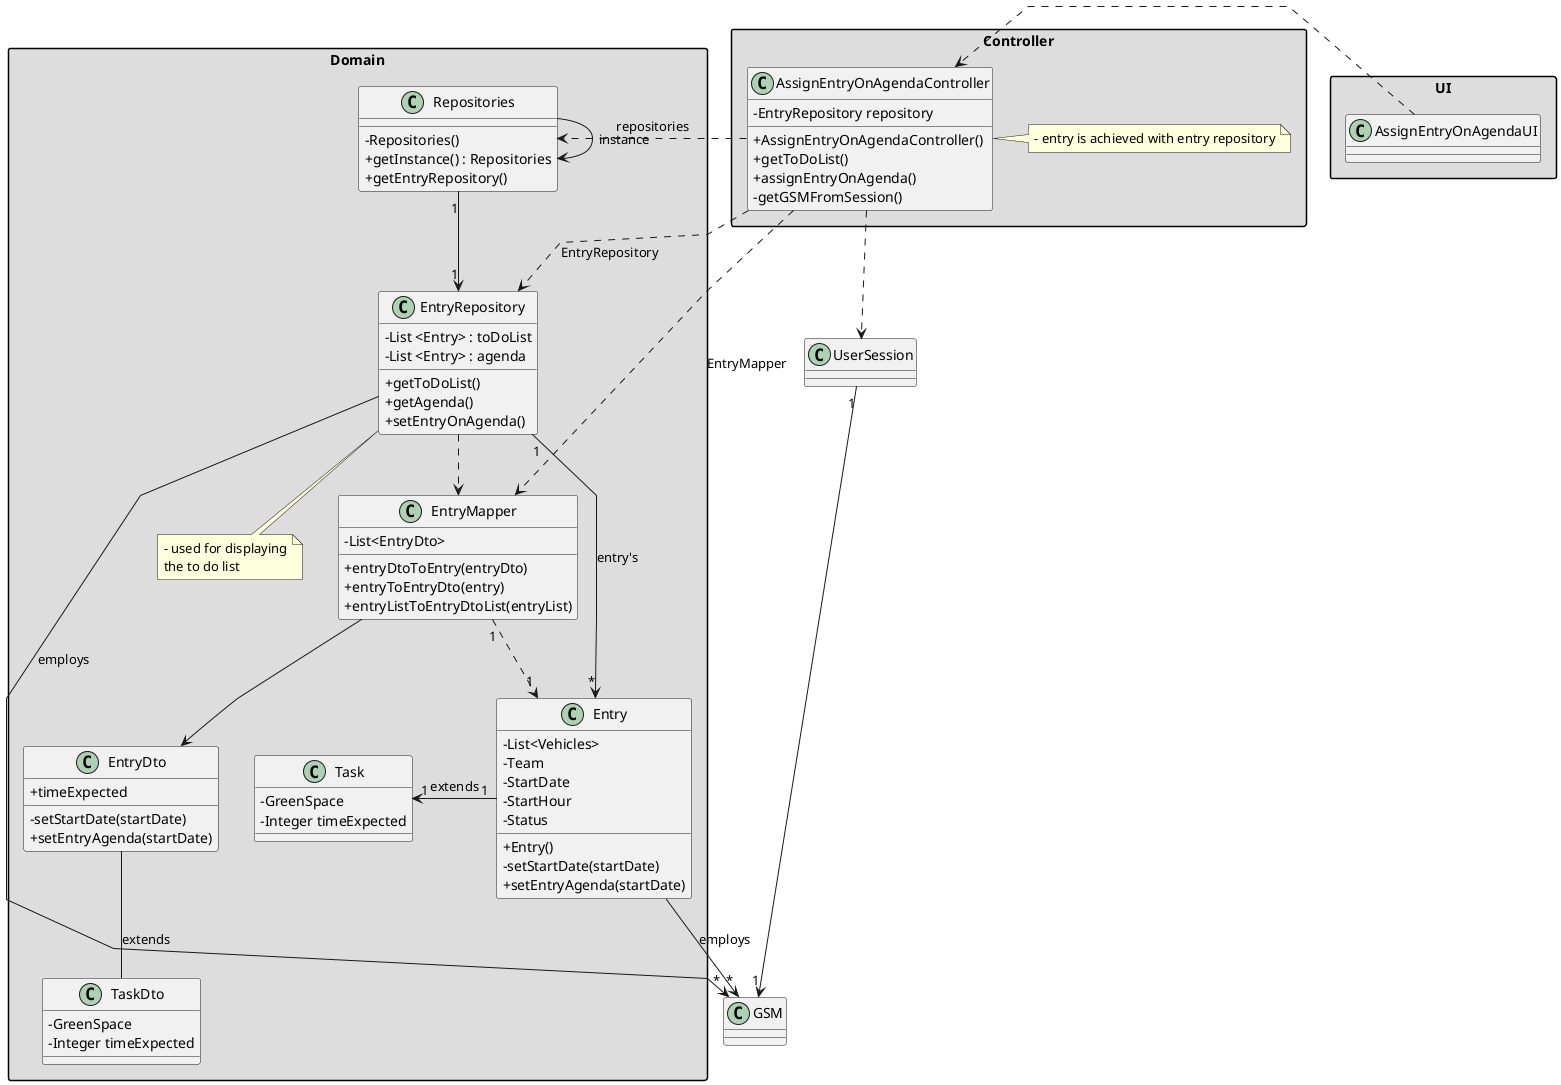
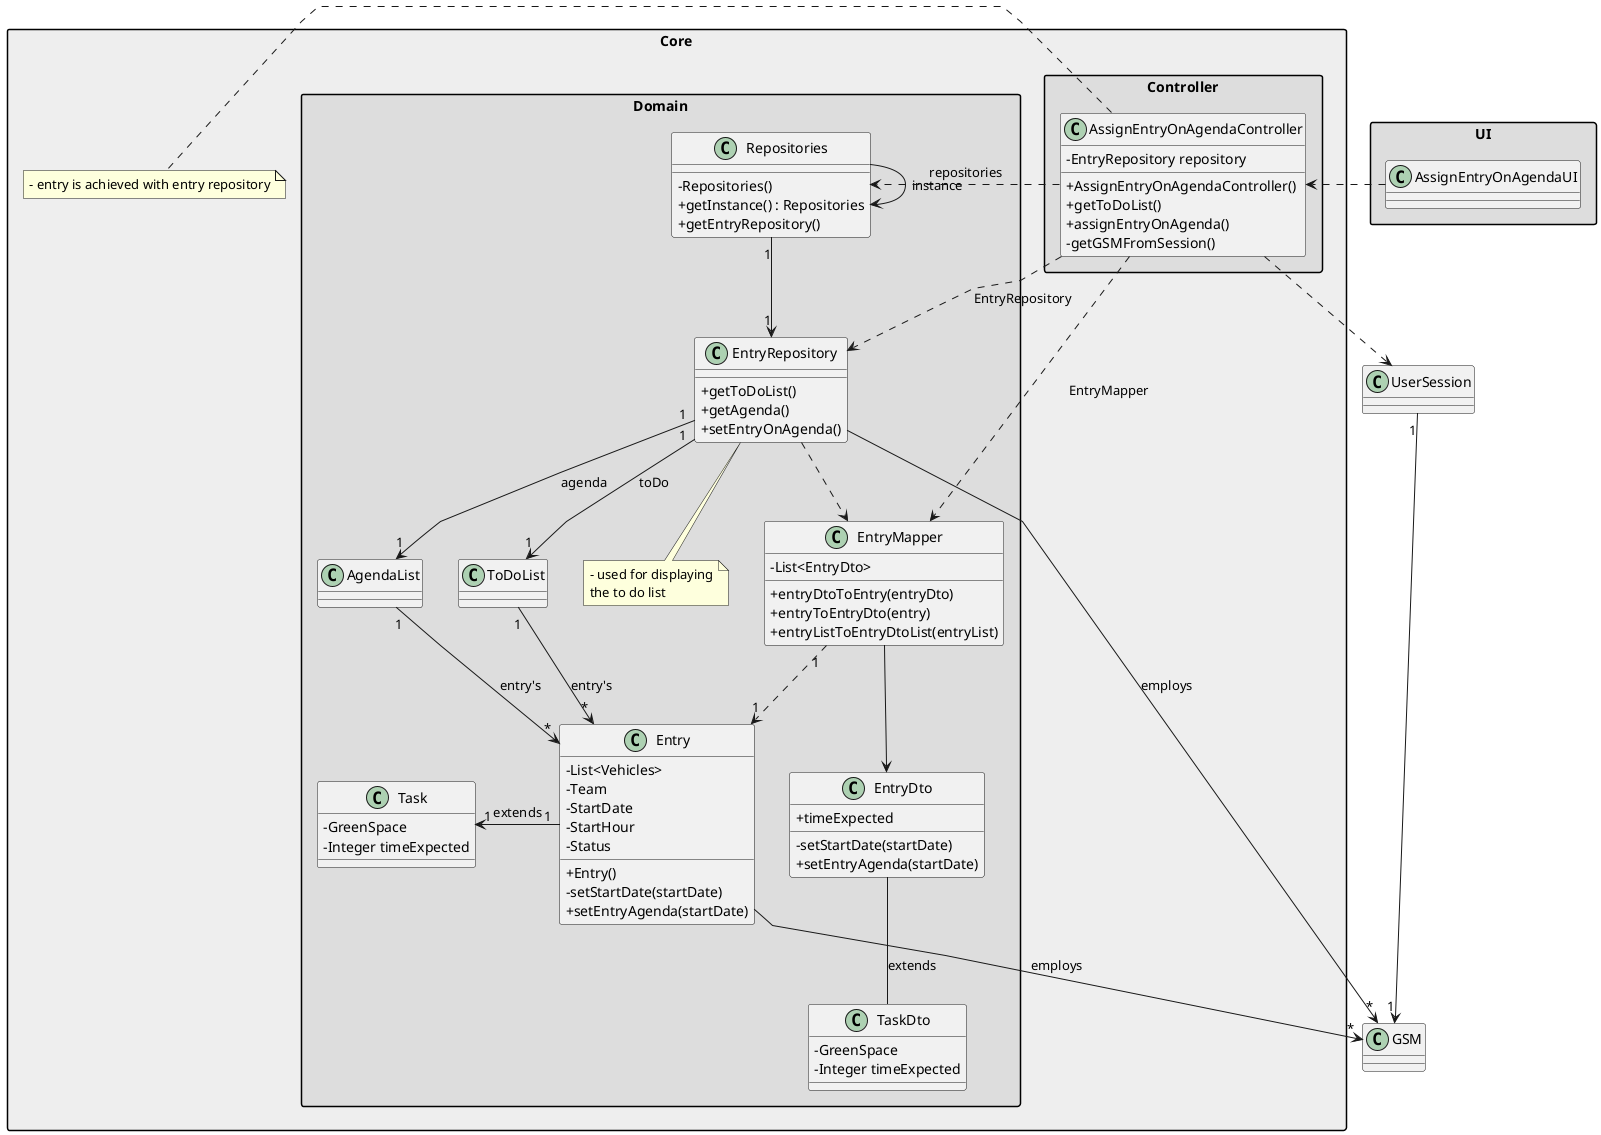
@startuml
'skinparam monochrome true
skinparam packageStyle rectangle
skinparam shadowing false
skinparam linetype polyline
'skinparam linetype orto

skinparam classAttributeIconSize 0

'left to right direction
- 
+ package "Core" #EEEEEE{
package "Domain" #DDDDDD{

class Entry {
    - List<Vehicles>
    - Team
    - StartDate
    - StartHour
    - Status
    + Entry()
    - setStartDate(startDate)
    + setEntryAgenda(startDate)
}

class Task{
    - GreenSpace
    - Integer timeExpected
}

class EntryRepository {
-     - List <Entry> : toDoList
-     - List <Entry> : agenda

    + getToDoList()
    + getAgenda()
    + setEntryOnAgenda()
}
+ 
+ class AgendaList{
+ }
+ 
+ class ToDoList{
+ }
+ 
+ 
note bottom of EntryRepository
    - used for displaying
    the to do list
end note


class Repositories {
    - Repositories()
    + getInstance() : Repositories
    + getEntryRepository()
}

class EntryMapper{
    - List<EntryDto>
    + entryDtoToEntry(entryDto)
    + entryToEntryDto(entry)
    + entryListToEntryDtoList(entryList)
}

class EntryDto{
    + timeExpected
    - setStartDate(startDate)
    + setEntryAgenda(startDate)
}

class TaskDto{

    -GreenSpace
    -Integer timeExpected
}

}



package "Controller" #DDDDDD{
class AssignEntryOnAgendaController {
    - EntryRepository repository
    + AssignEntryOnAgendaController()
    + getToDoList()
    + assignEntryOnAgenda()
    - getGSMFromSession()
}
+ }
note right of AssignEntryOnAgendaController
    - entry is achieved with entry repository
end note

}

class GSM {
}



package "UI" #DDDDDD{
class AssignEntryOnAgendaUI {
}
}
+ 






Repositories -> Repositories : instance

AssignEntryOnAgendaUI .> AssignEntryOnAgendaController

AssignEntryOnAgendaController .> Repositories : repositories
Repositories "1" --> "1" EntryRepository

EntryRepository  ..>  EntryMapper

EntryMapper --> EntryDto

EntryDto -- TaskDto : extends


AssignEntryOnAgendaController ..> EntryRepository : EntryRepository
AssignEntryOnAgendaController ..> EntryMapper : EntryMapper

AssignEntryOnAgendaController ..> UserSession
UserSession "1" --> "1" GSM
- EntryRepository "1" --> "*" Entry : entry's
+ EntryRepository "1" --> "1" AgendaList : agenda
+ EntryRepository "1" --> "1" ToDoList : toDo
+ AgendaList "1" --> "*" Entry : entry's
+ ToDoList "1" --> "*" Entry : entry's
EntryRepository --> "*" GSM : employs
Entry --> "*" GSM : employs
Task "1" <- "1" Entry : extends
EntryMapper "1" ..> "1" Entry


@enduml